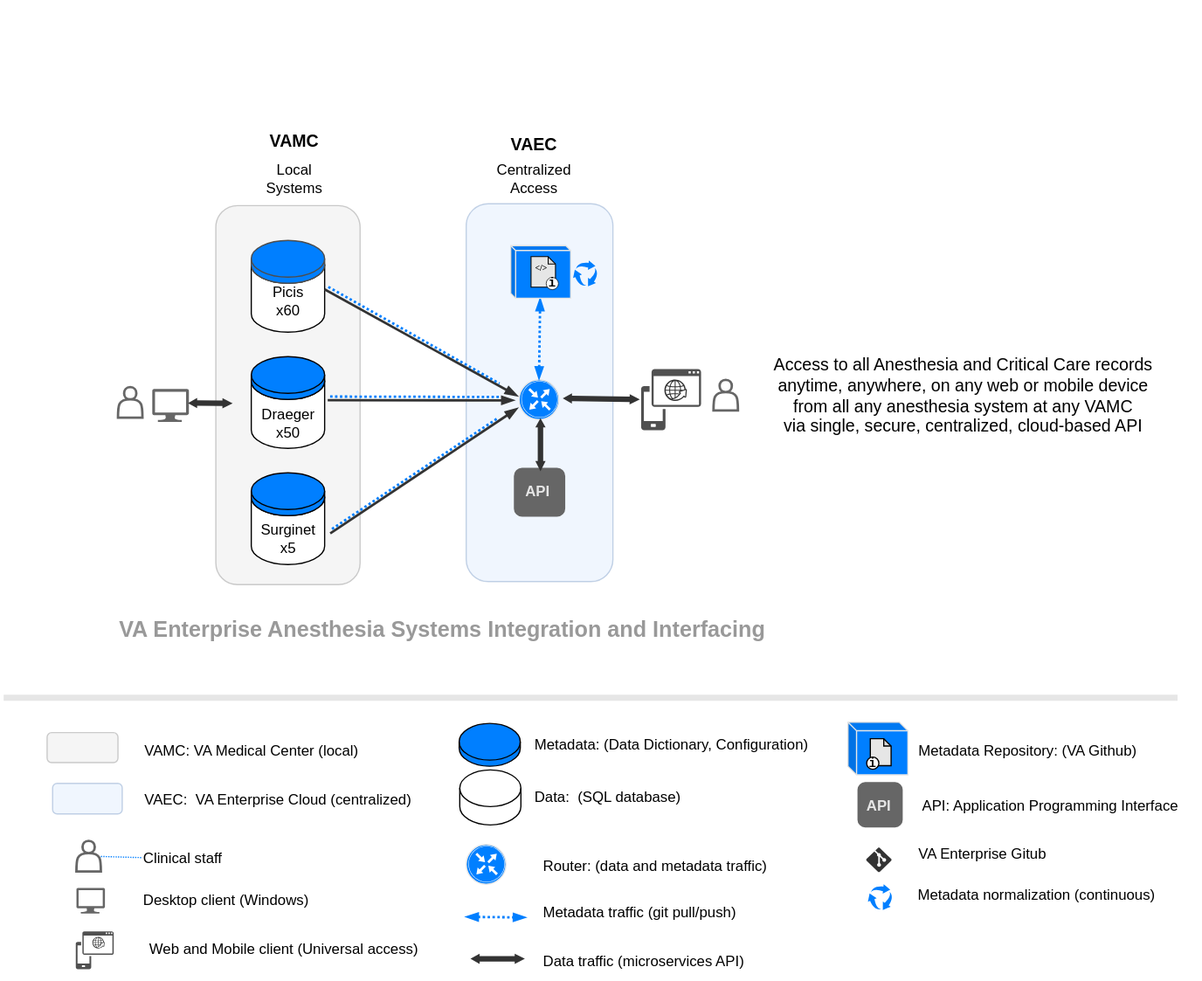
This is img/integration4.svg from va-anesthesia/integration, a draw.io export, as it was before one commit. Source tidied: cells renumbered, new cells last; positions are measured from the earlier drawing's top-left corner, leaving out a move shared by most shapes.
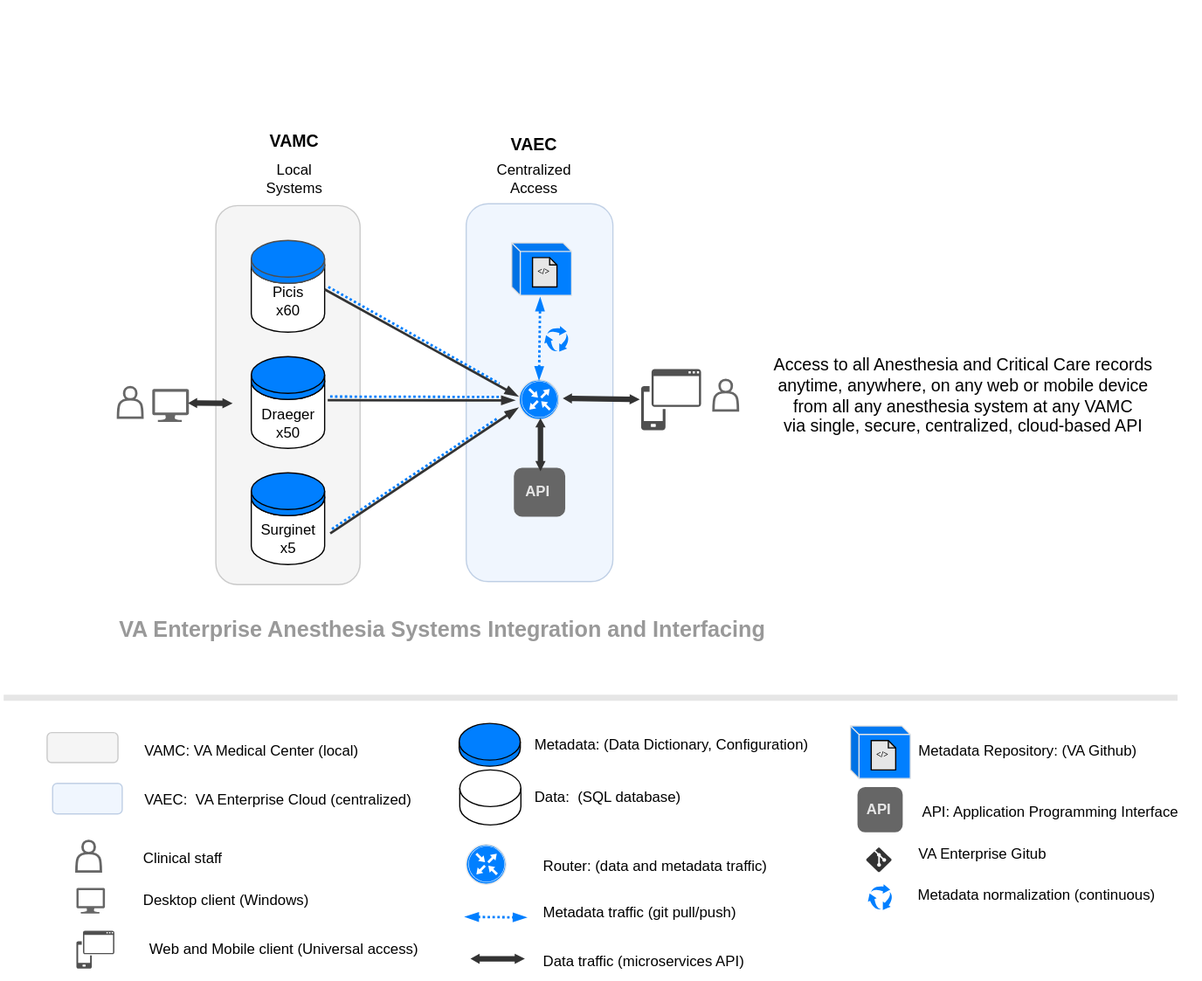
After the commit.

Change to the diagram source:
```diff
@@ -27,10 +27,10 @@
       <mxGeometry x="746.6" y="599" width="200" height="30" as="geometry" />
     </mxCell>
     <mxCell id="10" style="rounded=1;whiteSpace=wrap;html=1;labelBackgroundColor=default;strokeColor=#666666;strokeWidth=2;fontSize=14;fillColor=#666666;" parent="1" vertex="1">
-      <mxGeometry x="699.8" y="640" width="35" height="35" as="geometry" />
+      <mxGeometry x="699.8" y="644" width="35" height="35" as="geometry" />
     </mxCell>
     <mxCell id="11" value="API: Application Programming Interface" style="text;html=1;align=left;verticalAlign=middle;strokeColor=none;fillColor=none;" parent="1" vertex="1">
-      <mxGeometry x="749.8" y="644" width="230" height="30" as="geometry" />
+      <mxGeometry x="749.8" y="649" width="230" height="30" as="geometry" />
     </mxCell>
     <mxCell id="12" style="rounded=1;whiteSpace=wrap;html=1;labelBackgroundColor=default;strokeColor=#6c8ebf;strokeWidth=1;fontSize=14;fillColor=#dae8fc;opacity=40;" parent="1" vertex="1">
       <mxGeometry x="40.5" y="640" width="57" height="25" as="geometry" />
@@ -69,7 +69,7 @@
       </mxGeometry>
     </mxCell>
     <mxCell id="22" value="API" style="text;html=1;align=center;verticalAlign=middle;strokeColor=none;fillColor=none;fontStyle=1;fontColor=#E6E6E6;" parent="1" vertex="1">
-      <mxGeometry x="696.2" y="644" width="40" height="30" as="geometry" />
+      <mxGeometry x="696.2" y="647" width="40" height="30" as="geometry" />
     </mxCell>
     <mxCell id="23" style="sketch=0;shadow=0;dashed=0;html=1;strokeColor=none;labelPosition=center;verticalLabelPosition=bottom;verticalAlign=top;align=center;fillColor=#666666;shape=mxgraph.azure.computer;labelBackgroundColor=default;fontSize=14;" parent="1" vertex="1">
       <mxGeometry x="60" y="725.5" width="23.3" height="21" as="geometry" />
@@ -80,9 +80,6 @@
     <mxCell id="25" value="Web and Mobile client (Universal access)" style="text;html=1;align=left;verticalAlign=middle;strokeColor=none;fillColor=none;" parent="1" vertex="1">
       <mxGeometry x="118" y="761" width="240" height="30" as="geometry" />
     </mxCell>
-    <mxCell id="26" style="edgeStyle=none;html=1;dashed=1;dashPattern=1 1;strokeColor=#007FFF;endArrow=none;endFill=0;" parent="1" edge="1" source="27" target="28">
-      <mxGeometry relative="1" as="geometry" />
-    </mxCell>
     <mxCell id="27" value="Clinical staff" style="text;html=1;align=left;verticalAlign=middle;points=[];strokeColor=none;fillColor=none;" parent="1" vertex="1">
       <mxGeometry x="113" y="687" width="90" height="30" as="geometry" />
     </mxCell>
@@ -205,9 +202,6 @@
     <mxCell id="59" style="sketch=0;shadow=0;dashed=0;html=1;strokeColor=none;labelPosition=center;verticalLabelPosition=bottom;verticalAlign=top;align=center;fillColor=#505050;shape=mxgraph.mscae.intune.device_os;fontColor=#E6E6E6;" parent="1" vertex="1">
       <mxGeometry x="521.8" y="301.2" width="49" height="50" as="geometry" />
     </mxCell>
-    <mxCell id="60" style="sketch=0;html=1;strokeColor=none;shadow=0;align=center;verticalAlign=top;fillColor=#333333;shape=mxgraph.gcp2.globe_world;fontColor=#E6E6E6;" parent="1" vertex="1">
-      <mxGeometry x="540.8" y="309.8" width="18.4" height="17.5" as="geometry" />
-    </mxCell>
     <mxCell id="61" style="shape=actor;whiteSpace=wrap;html=1;labelBackgroundColor=default;strokeColor=#666666;fontSize=14;fillColor=#FFFFFF;strokeWidth=2;" parent="1" vertex="1">
       <mxGeometry x="581" y="310" width="20" height="25" as="geometry" />
     </mxCell>
@@ -244,57 +238,18 @@
         <mxPoint x="405" y="341" as="targetPoint" />
       </mxGeometry>
     </mxCell>
-    <mxCell id="69" style="shape=cube;whiteSpace=wrap;html=1;boundedLbl=1;backgroundOutline=1;darkOpacity=0.05;darkOpacity2=0.1;fontSize=14;fillColor=#007FFF;size=7;strokeColor=#E6E6E6;" parent="1" vertex="1">
-      <mxGeometry x="691" y="590" width="49" height="43" as="geometry" />
-    </mxCell>
-    <mxCell id="70" style="group;" parent="1" vertex="1">
-      <mxGeometry x="696.2" y="603.5" width="35.5" height="33" as="geometry" />
-    </mxCell>
-    <mxCell id="71" style="shape=note;whiteSpace=wrap;html=1;backgroundOutline=1;darkOpacity=0.05;labelBackgroundColor=none;strokeColor=default;strokeWidth=1;fontFamily=Courier New;fontSize=12;fillColor=#E6E6E6;size=6;" parent="70" vertex="1">
-      <mxGeometry x="13" width="17" height="22" as="geometry" />
-    </mxCell>
-    <mxCell id="72" style="ellipse;whiteSpace=wrap;html=1;labelBackgroundColor=none;strokeColor=default;strokeWidth=1;fontFamily=Courier New;fontSize=18;fillColor=default;" parent="70" vertex="1">
-      <mxGeometry x="10" y="15" width="10" height="10" as="geometry" />
-    </mxCell>
-    <mxCell id="73" value="&lt;font face=&quot;Courier New&quot; size=&quot;1&quot;&gt;&lt;b style=&quot;&quot;&gt;i&lt;/b&gt;&lt;/font&gt;" style="text;html=1;align=center;verticalAlign=middle;strokeColor=none;fillColor=none;fontSize=14;" parent="70" vertex="1">
-      <mxGeometry y="3" width="30" height="30" as="geometry" />
-    </mxCell>
     <mxCell id="74" style="group;" parent="1" vertex="1">
-      <mxGeometry x="59.5" y="761" width="31" height="31" as="geometry" />
+      <mxGeometry x="60" y="760.5" width="31" height="31" as="geometry" />
     </mxCell>
     <mxCell id="75" style="sketch=0;shadow=0;dashed=0;html=1;strokeColor=none;labelPosition=center;verticalLabelPosition=bottom;verticalAlign=top;align=center;fillColor=#505050;shape=mxgraph.mscae.intune.device_os;fontColor=#E6E6E6;" parent="74" vertex="1">
       <mxGeometry width="31" height="31" as="geometry" />
     </mxCell>
-    <mxCell id="76" style="sketch=0;html=1;strokeColor=none;shadow=0;align=center;verticalAlign=top;fillColor=#333333;shape=mxgraph.gcp2.globe_world;fontColor=#E6E6E6;" parent="74" vertex="1">
-      <mxGeometry x="13.6" y="4.5" width="10" height="9.5" as="geometry" />
-    </mxCell>
     <mxCell id="77" value="Metadata normalization (continuous)" style="text;html=1;align=center;verticalAlign=middle;strokeColor=none;fillColor=none;" parent="1" vertex="1">
       <mxGeometry x="734.8" y="716.5" width="220" height="30" as="geometry" />
     </mxCell>
     <mxCell id="78" style="sketch=0;html=1;strokeColor=none;shadow=0;align=center;verticalAlign=top;fillColor=#007FFF;shape=mxgraph.gcp2.arrow_cycle;direction=south;" parent="1" vertex="1">
-      <mxGeometry x="466.2" y="212.5" width="19.9" height="21" as="geometry" />
+      <mxGeometry x="442.7" y="266" width="19.9" height="21" as="geometry" />
     </mxCell>
-    <mxCell id="79" style="group;" parent="1" vertex="1">
-      <mxGeometry x="407.8" y="200.2" width="57.4" height="51.5" as="geometry" />
-    </mxCell>
-    <mxCell id="80" style="shape=cube;whiteSpace=wrap;html=1;boundedLbl=1;backgroundOutline=1;darkOpacity=0.05;darkOpacity2=0.1;fontSize=14;fillColor=#007FFF;size=4;strokeColor=#E6E6E6;" parent="79" vertex="1">
-      <mxGeometry x="7.4" width="49" height="43" as="geometry" />
-    </mxCell>
-    <mxCell id="81" style="shape=note;whiteSpace=wrap;html=1;backgroundOutline=1;darkOpacity=0.05;labelBackgroundColor=none;strokeColor=default;strokeWidth=0.75;fontFamily=Courier New;fontSize=12;fillColor=#E6E6E6;size=6;" parent="79" vertex="1">
-      <mxGeometry x="24" y="9" width="20" height="25" as="geometry" />
-    </mxCell>
-    <mxCell id="82" value="&lt;font style=&quot;font-size: 7px;&quot; face=&quot;Verdana&quot;&gt;&amp;lt;/&amp;gt;&lt;/font&gt;" style="text;html=1;align=center;verticalAlign=middle;strokeColor=none;fillColor=none;fontSize=7;fontStyle=1;" parent="79" vertex="1">
-      <mxGeometry x="12" y="9" width="40" height="20" as="geometry" />
-    </mxCell>
-    <mxCell id="83" style="group;" parent="79" vertex="1">
-      <mxGeometry x="26.4" y="16" width="30" height="30" as="geometry" />
-    </mxCell>
-    <mxCell id="84" style="ellipse;whiteSpace=wrap;html=1;labelBackgroundColor=none;strokeColor=default;strokeWidth=0.5;fontFamily=Courier New;fontSize=18;fillColor=default;" parent="83" vertex="1">
-      <mxGeometry x="10" y="10" width="10" height="10" as="geometry" />
-    </mxCell>
-    <mxCell id="85" value="&lt;font face=&quot;Courier New&quot; style=&quot;font-size: 10px;&quot;&gt;&lt;b style=&quot;font-size: 10px;&quot;&gt;i&lt;/b&gt;&lt;/font&gt;" style="text;html=1;align=center;verticalAlign=middle;strokeColor=none;fillColor=none;fontSize=10;" parent="83" vertex="1">
-      <mxGeometry width="30" height="30" as="geometry" />
-    </mxCell>
     <mxCell id="86" value="VA Enterprise Gitub" style="text;html=1;align=left;verticalAlign=middle;strokeColor=none;fillColor=none;" parent="1" vertex="1">
       <mxGeometry x="746.6" y="682.5" width="130" height="30" as="geometry" />
     </mxCell>
@@ -310,5 +265,35 @@
     <mxCell id="90" style="verticalLabelPosition=bottom;html=1;verticalAlign=top;align=center;strokeColor=none;fillColor=#333333;shape=mxgraph.azure.git_repository;" parent="88" vertex="1">
       <mxGeometry width="20.8" height="20" as="geometry" />
     </mxCell>
+    <mxCell id="91" style="group;" parent="1" vertex="1">
+      <mxGeometry x="416" y="198" width="49" height="43" as="geometry" />
+    </mxCell>
+    <mxCell id="92" style="shape=cube;whiteSpace=wrap;html=1;boundedLbl=1;backgroundOutline=1;darkOpacity=0.05;darkOpacity2=0.1;fontSize=14;fillColor=#007FFF;size=7;strokeColor=#E6E6E6;" parent="91" vertex="1">
+      <mxGeometry width="49" height="43" as="geometry" />
+    </mxCell>
+    <mxCell id="93" style="group;" parent="91" vertex="1">
+      <mxGeometry x="6" y="12" width="40" height="24" as="geometry" />
+    </mxCell>
+    <mxCell id="94" style="shape=note;whiteSpace=wrap;html=1;backgroundOutline=1;darkOpacity=0.05;labelBackgroundColor=none;strokeColor=default;strokeWidth=1;fontFamily=Courier New;fontSize=12;fillColor=#E6E6E6;size=6;" parent="93" vertex="1">
+      <mxGeometry x="11" width="20" height="24" as="geometry" />
+    </mxCell>
+    <mxCell id="95" value="&lt;font style=&quot;font-size: 7px;&quot; face=&quot;Verdana&quot;&gt;&amp;lt;/&amp;gt;&lt;/font&gt;" style="text;html=1;align=center;verticalAlign=middle;strokeColor=none;fillColor=none;fontSize=7;fontStyle=1;" parent="93" vertex="1">
+      <mxGeometry y="2" width="40" height="20" as="geometry" />
+    </mxCell>
+    <mxCell id="96" style="group;" parent="1" vertex="1">
+      <mxGeometry x="693" y="593" width="49" height="43" as="geometry" />
+    </mxCell>
+    <mxCell id="97" style="shape=cube;whiteSpace=wrap;html=1;boundedLbl=1;backgroundOutline=1;darkOpacity=0.05;darkOpacity2=0.1;fontSize=14;fillColor=#007FFF;size=7;strokeColor=#E6E6E6;" parent="96" vertex="1">
+      <mxGeometry width="49" height="43" as="geometry" />
+    </mxCell>
+    <mxCell id="98" style="group;" parent="96" vertex="1">
+      <mxGeometry x="6" y="12" width="40" height="24" as="geometry" />
+    </mxCell>
+    <mxCell id="99" style="shape=note;whiteSpace=wrap;html=1;backgroundOutline=1;darkOpacity=0.05;labelBackgroundColor=none;strokeColor=default;strokeWidth=1;fontFamily=Courier New;fontSize=12;fillColor=#E6E6E6;size=6;" parent="98" vertex="1">
+      <mxGeometry x="11" width="20" height="24" as="geometry" />
+    </mxCell>
+    <mxCell id="100" value="&lt;font style=&quot;font-size: 7px;&quot; face=&quot;Verdana&quot;&gt;&amp;lt;/&amp;gt;&lt;/font&gt;" style="text;html=1;align=center;verticalAlign=middle;strokeColor=none;fillColor=none;fontSize=7;fontStyle=1;" parent="98" vertex="1">
+      <mxGeometry y="2" width="40" height="20" as="geometry" />
+    </mxCell>
   </root>
 </mxGraphModel>
```
